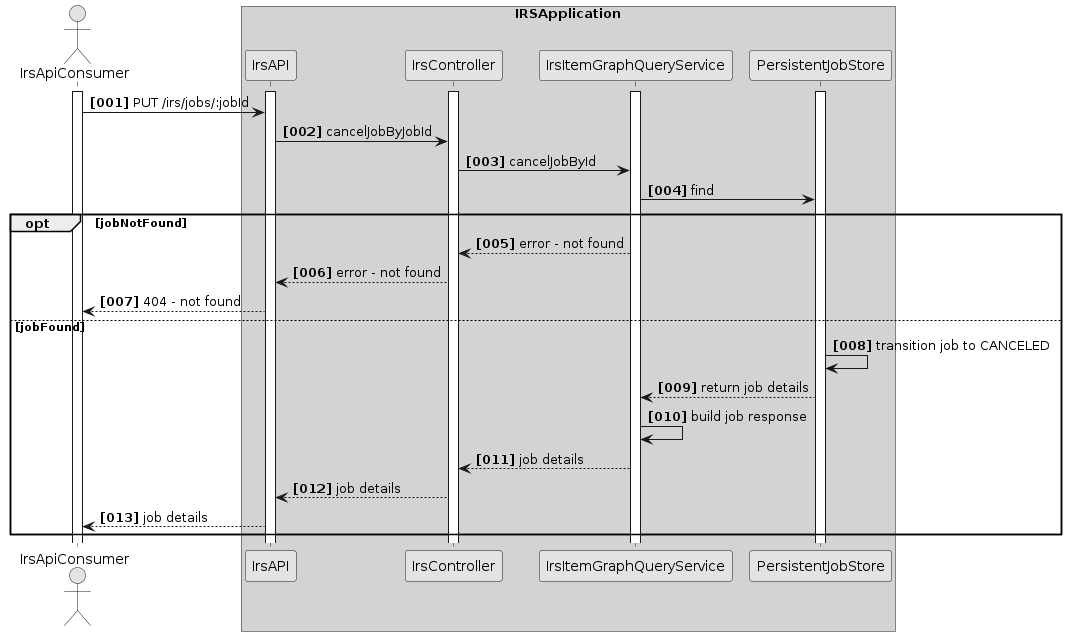
Above: docs/assets/arc42/arc42_018.png in catenax-ng/tx-item-relationship-service (PlantUML), before the change.
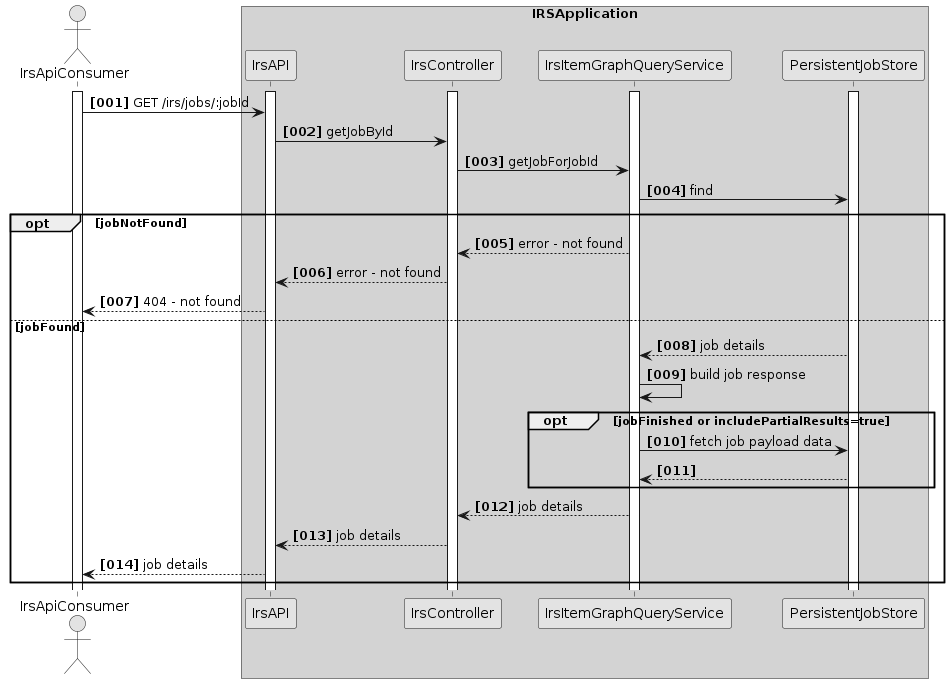
Above is the later version.

What changed in the source:
```diff
@@ -17,18 +17,21 @@
 participant PersistentJobStore
 activate PersistentJobStore
 
-IrsApiConsumer -> IrsAPI : PUT /irs/jobs/:jobId
-IrsAPI -> IrsController :  cancelJobByJobId
-IrsController -> IrsItemGraphQueryService :  cancelJobById
+IrsApiConsumer -> IrsAPI : GET /irs/jobs/:jobId
+IrsAPI -> IrsController :  getJobById
+IrsController -> IrsItemGraphQueryService :  getJobForJobId
 IrsItemGraphQueryService -> PersistentJobStore: find
 opt jobNotFound
     IrsController <-- IrsItemGraphQueryService : error - not found
     IrsAPI <-- IrsController : error - not found
     IrsApiConsumer <-- IrsAPI : 404 - not found
 else jobFound
-    PersistentJobStore -> PersistentJobStore: transition job to CANCELED
-    IrsItemGraphQueryService <-- PersistentJobStore: return job details
+    IrsItemGraphQueryService <-- PersistentJobStore: job details
     IrsItemGraphQueryService -> IrsItemGraphQueryService : build job response
+    opt jobFinished or includePartialResults=true
+        IrsItemGraphQueryService -> PersistentJobStore : fetch job payload data
+        IrsItemGraphQueryService <-- PersistentJobStore
+    end opt
     IrsController <-- IrsItemGraphQueryService : job details
     IrsAPI <-- IrsController : job details
     IrsApiConsumer <-- IrsAPI : job details
```
